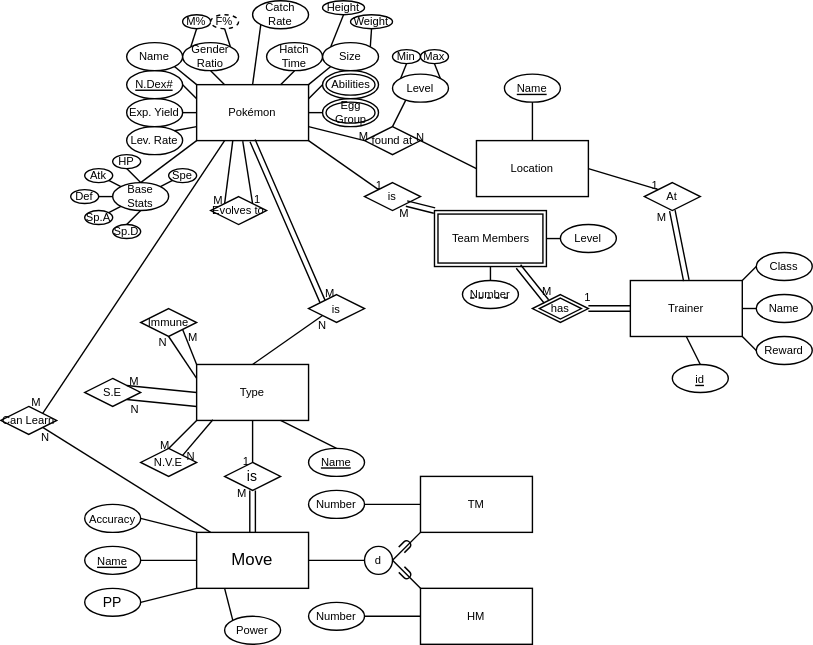
Above: EER.svg in JacobJanzen/J5-Pocket-Monsters-Database (draw.io), before the change. Source tidied: cells renumbered, new cells last; positions are measured from the earlier drawing's top-left corner, leaving out a move shared by most shapes.
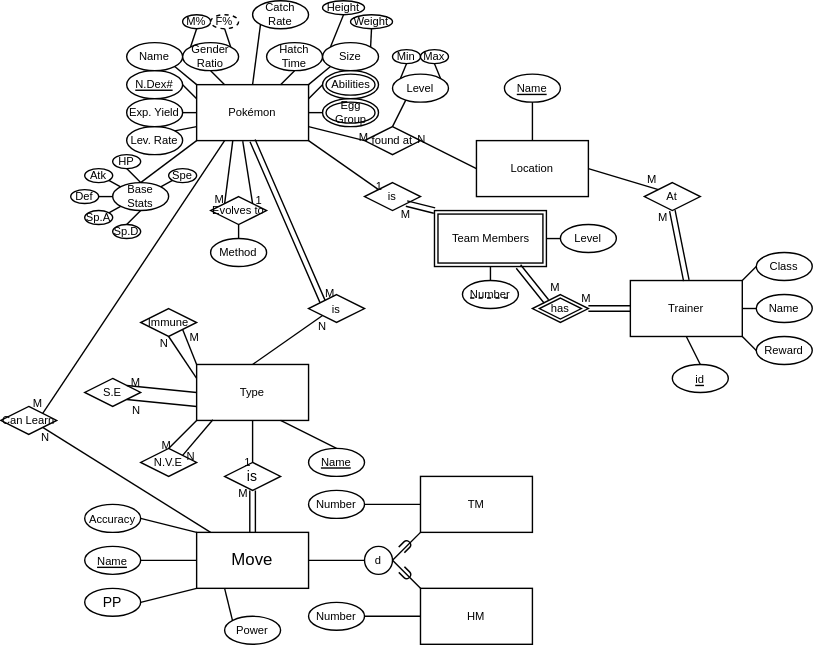
Later version of the same file.

The edit, as a diff of the source:
```diff
@@ -406,10 +406,8 @@
     <mxCell id="120" style="endArrow=none;html=1;rounded=0;startSize=14;endSize=14;sourcePerimeterSpacing=8;targetPerimeterSpacing=8;fontSize=8;exitX=1;exitY=0.5;exitDx=0;exitDy=0;entryX=0;entryY=0;entryDx=0;entryDy=0;" parent="1" edge="1" source="111" target="117">
       <mxGeometry relative="1" as="geometry" />
     </mxCell>
-    <mxCell id="121" value="&lt;font style=&quot;font-size: 8px&quot;&gt;1&lt;/font&gt;" style="html=1;align=right;verticalAlign=bottom;" parent="120" vertex="1">
-      <mxGeometry x="1" relative="1" as="geometry">
-        <mxPoint y="5" as="offset" />
-      </mxGeometry>
+    <mxCell id="121" value="&lt;font style=&quot;font-size: 8px&quot;&gt;M&lt;/font&gt;" style="html=1;align=right;verticalAlign=bottom;" parent="120" vertex="1">
+      <mxGeometry x="1" relative="1" as="geometry" />
     </mxCell>
     <mxCell id="122" value="Team Members" style="rounded=0;whiteSpace=wrap;html=1;hachureGap=4;fontSize=8;" parent="1" vertex="1">
       <mxGeometry x="312.5" y="152.5" width="75" height="35" as="geometry" />
@@ -419,7 +417,7 @@
     </mxCell>
     <mxCell id="124" value="&lt;font style=&quot;font-size: 8px&quot;&gt;M&lt;/font&gt;" style="html=1;align=right;verticalAlign=bottom;" parent="123" vertex="1">
       <mxGeometry x="1" relative="1" as="geometry">
-        <mxPoint x="5" y="1" as="offset" />
+        <mxPoint x="10" y="-3" as="offset" />
       </mxGeometry>
     </mxCell>
     <mxCell id="125" style="shape=link;html=1;rounded=0;endArrow=open;startSize=14;endSize=14;sourcePerimeterSpacing=8;targetPerimeterSpacing=8;fontSize=8;exitX=0;exitY=0.5;exitDx=0;exitDy=0;" parent="1" edge="1" source="116">
@@ -427,7 +425,7 @@
         <mxPoint x="420" y="220" as="targetPoint" />
       </mxGeometry>
     </mxCell>
-    <mxCell id="126" value="&lt;font style=&quot;font-size: 8px&quot;&gt;1&lt;/font&gt;" style="html=1;align=right;verticalAlign=bottom;" parent="125" vertex="1">
+    <mxCell id="126" value="&lt;font style=&quot;font-size: 8px&quot;&gt;M&lt;/font&gt;" style="html=1;align=right;verticalAlign=bottom;" parent="125" vertex="1">
       <mxGeometry x="1" relative="1" as="geometry">
         <mxPoint x="3" as="offset" />
       </mxGeometry>
@@ -522,5 +520,11 @@
     <mxCell id="151" style="endArrow=none;html=1;fontSize=8;startSize=14;endSize=14;sourcePerimeterSpacing=8;targetPerimeterSpacing=8;exitX=0.5;exitY=1;exitDx=0;exitDy=0;entryX=0.5;entryY=0;entryDx=0;entryDy=0;" parent="1" edge="1" source="116" target="150">
       <mxGeometry relative="1" as="geometry" />
     </mxCell>
+    <mxCell id="152" value="&lt;div&gt;Method&lt;/div&gt;" style="ellipse;whiteSpace=wrap;html=1;align=center;fontSize=8;" parent="1" vertex="1">
+      <mxGeometry x="150" y="170" width="40" height="20" as="geometry" />
+    </mxCell>
+    <mxCell id="153" style="endArrow=none;html=1;rounded=0;fontSize=8;edgeStyle=orthogonalEdgeStyle;entryX=0.5;entryY=0;entryDx=0;entryDy=0;exitX=0.5;exitY=1;exitDx=0;exitDy=0;" parent="1" edge="1" source="92" target="152">
+      <mxGeometry relative="1" as="geometry" />
+    </mxCell>
   </root>
 </mxGraphModel>
```
